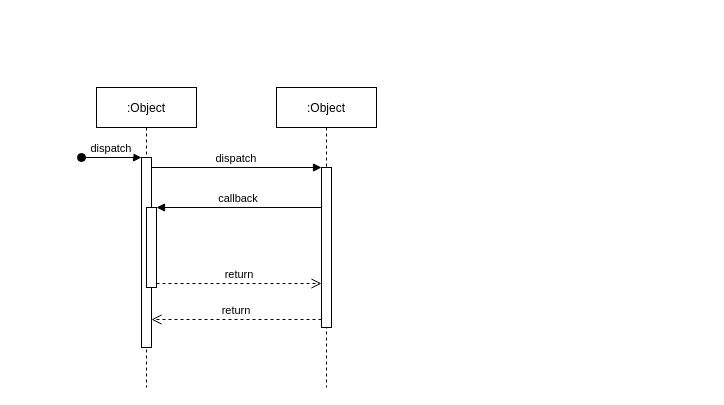
Before: uml/GameTimeChanged-Sequence.drawio in devent/dwarf-hustle-design, a draw.io diagram. Source tidied: cells renumbered, new cells numbered last; positions are measured from the earlier drawing's top-left corner, leaving out a move shared by most shapes. Both pictures are drawn from the tidied source at 100%, with x=0, y=0 at pixel (81, 87).
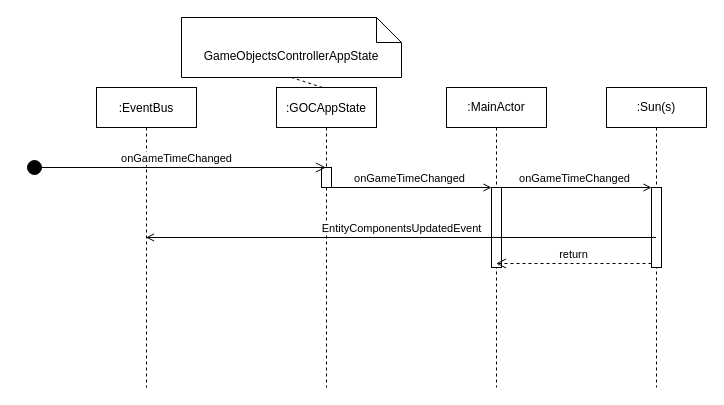
After the change.

What changed in the source:
```diff
@@
 <mxGraphModel>
   <root>
     <mxCell id="0" />
     <mxCell id="1" parent="0" />
-    <mxCell id="2" value=":Object" style="shape=umlLifeline;perimeter=lifelinePerimeter;rounded=0;shadow=0;strokeWidth=1;" parent="1" vertex="1">
+    <mxCell id="2" value=":EventBus" style="shape=umlLifeline;perimeter=lifelinePerimeter;rounded=0;shadow=0;strokeWidth=1;" parent="1" vertex="1">
       <mxGeometry x="15" width="100" height="300" as="geometry" />
     </mxCell>
-    <mxCell id="3" style="points=[];perimeter=orthogonalPerimeter;rounded=0;shadow=0;strokeWidth=1;" parent="2" vertex="1">
-      <mxGeometry x="45" y="70" width="10" height="190" as="geometry" />
-    </mxCell>
-    <mxCell id="4" value="dispatch" style="verticalAlign=bottom;startArrow=oval;endArrow=block;startSize=8;shadow=0;strokeWidth=1;" parent="2" edge="1" target="3">
-      <mxGeometry relative="1" as="geometry">
-        <mxPoint x="-15" y="70" as="sourcePoint" />
-      </mxGeometry>
-    </mxCell>
-    <mxCell id="5" style="points=[];perimeter=orthogonalPerimeter;rounded=0;shadow=0;strokeWidth=1;" parent="2" vertex="1">
-      <mxGeometry x="50" y="120" width="10" height="80" as="geometry" />
-    </mxCell>
-    <mxCell id="6" value=":Object" style="shape=umlLifeline;perimeter=lifelinePerimeter;rounded=0;shadow=0;strokeWidth=1;" parent="1" vertex="1">
+    <mxCell id="6" value=":GOCAppState" style="shape=umlLifeline;perimeter=lifelinePerimeter;rounded=0;shadow=0;strokeWidth=1;" parent="1" vertex="1">
       <mxGeometry x="195" width="100" height="300" as="geometry" />
     </mxCell>
-    <mxCell id="7" style="points=[];perimeter=orthogonalPerimeter;rounded=0;shadow=0;strokeWidth=1;" parent="6" vertex="1">
-      <mxGeometry x="45" y="80" width="10" height="160" as="geometry" />
-    </mxCell>
-    <mxCell id="8" value="return" style="verticalAlign=bottom;endArrow=open;dashed=1;endSize=8;exitX=0;exitY=0.95;shadow=0;strokeWidth=1;" parent="1" edge="1" source="7" target="3">
-      <mxGeometry relative="1" as="geometry" />
-    </mxCell>
-    <mxCell id="9" value="dispatch" style="verticalAlign=bottom;endArrow=block;entryX=0;entryY=0;shadow=0;strokeWidth=1;" parent="1" edge="1" source="3" target="7">
-      <mxGeometry relative="1" as="geometry" />
-    </mxCell>
-    <mxCell id="10" value="callback" style="verticalAlign=bottom;endArrow=block;entryX=1;entryY=0;shadow=0;strokeWidth=1;" parent="1" edge="1" source="7" target="5">
-      <mxGeometry relative="1" as="geometry" />
-    </mxCell>
-    <mxCell id="11" value="return" style="verticalAlign=bottom;endArrow=open;dashed=1;endSize=8;exitX=1;exitY=0.95;shadow=0;strokeWidth=1;" parent="1" edge="1" source="5" target="7">
-      <mxGeometry relative="1" as="geometry" />
-    </mxCell>
+    <mxCell id="12" style="html=1;perimeter=orthogonalPerimeter;" parent="6" vertex="1">
+      <mxGeometry x="45" y="80" width="10" height="20" as="geometry" />
+    </mxCell>
+    <mxCell id="13" value="GameObjectsControllerAppState" style="shape=note2;boundedLbl=1;whiteSpace=wrap;html=1;size=25;verticalAlign=top;align=center;" parent="1" vertex="1">
+      <mxGeometry x="100" y="-70" width="220" height="60" as="geometry" />
+    </mxCell>
+    <mxCell id="14" style="endArrow=none;dashed=1;html=1;entryX=0.5;entryY=1;entryDx=0;entryDy=0;entryPerimeter=0;exitX=0.46;exitY=0;exitDx=0;exitDy=0;exitPerimeter=0;" parent="1" edge="1" source="6" target="13">
+      <mxGeometry relative="1" as="geometry" />
+    </mxCell>
+    <mxCell id="15" value="onGameTimeChanged" style="html=1;verticalAlign=bottom;startArrow=circle;startFill=1;endArrow=open;startSize=6;endSize=8;" parent="1" edge="1" target="6">
+      <mxGeometry relative="1" as="geometry">
+        <mxPoint x="-55" y="80" as="sourcePoint" />
+      </mxGeometry>
+    </mxCell>
+    <mxCell id="16" value=":MainActor" style="shape=umlLifeline;perimeter=lifelinePerimeter;whiteSpace=wrap;html=1;outlineConnect=0;" parent="1" vertex="1">
+      <mxGeometry x="365" width="100" height="300" as="geometry" />
+    </mxCell>
+    <mxCell id="17" style="html=1;points=[];perimeter=orthogonalPerimeter;" parent="16" vertex="1">
+      <mxGeometry x="45" y="100" width="10" height="80" as="geometry" />
+    </mxCell>
+    <mxCell id="18" value="onGameTimeChanged" style="html=1;verticalAlign=bottom;endArrow=open;entryX=0;entryY=0;endFill=0;" parent="1" edge="1" source="6" target="17">
+      <mxGeometry relative="1" as="geometry" />
+    </mxCell>
+    <mxCell id="19" value=":Sun(s)" style="shape=umlLifeline;perimeter=lifelinePerimeter;whiteSpace=wrap;html=1;outlineConnect=0;rounded=0;glass=0;sketch=0;shadow=0;perimeterSpacing=0;" parent="1" vertex="1">
+      <mxGeometry x="525" width="100" height="300" as="geometry" />
+    </mxCell>
+    <mxCell id="20" style="html=1;points=[];perimeter=orthogonalPerimeter;" parent="19" vertex="1">
+      <mxGeometry x="45" y="100" width="10" height="80" as="geometry" />
+    </mxCell>
+    <mxCell id="21" value="onGameTimeChanged" style="html=1;verticalAlign=bottom;endArrow=open;entryX=0;entryY=0;endFill=0;" parent="1" edge="1" source="16" target="20">
+      <mxGeometry relative="1" as="geometry" />
+    </mxCell>
+    <mxCell id="22" value="return" style="html=1;verticalAlign=bottom;endArrow=open;dashed=1;endSize=8;exitX=0;exitY=0.95;" parent="1" edge="1" source="20" target="16">
+      <mxGeometry relative="1" as="geometry" />
+    </mxCell>
+    <mxCell id="23" value="EntityComponentsUpdatedEvent" style="html=1;verticalAlign=bottom;endArrow=open;endFill=0;" parent="1" edge="1" source="19" target="2">
+      <mxGeometry relative="1" as="geometry" />
+    </mxCell>
   </root>
 </mxGraphModel>
```
